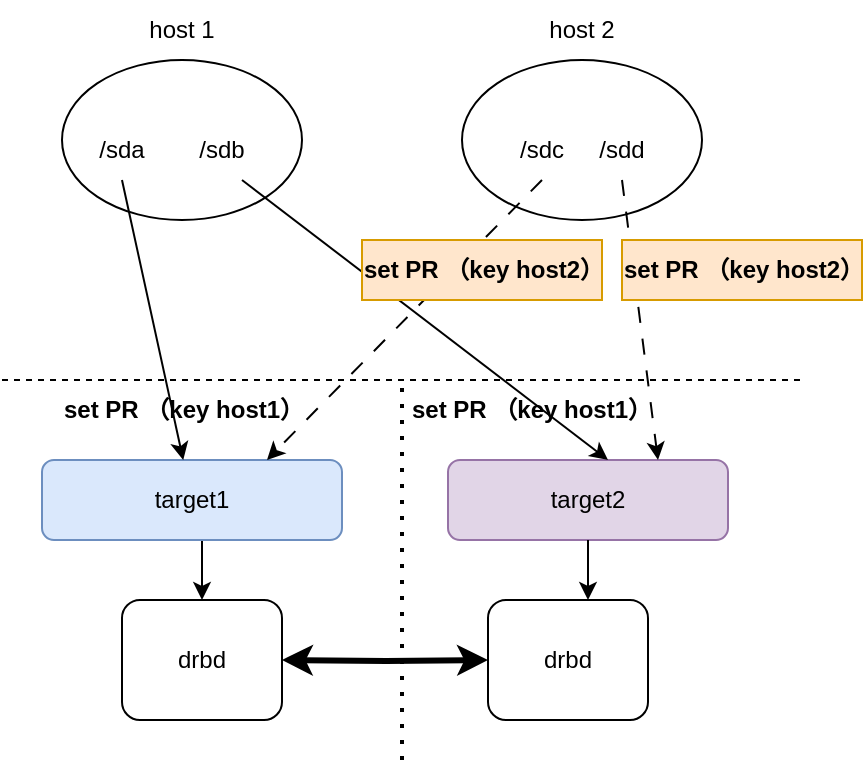
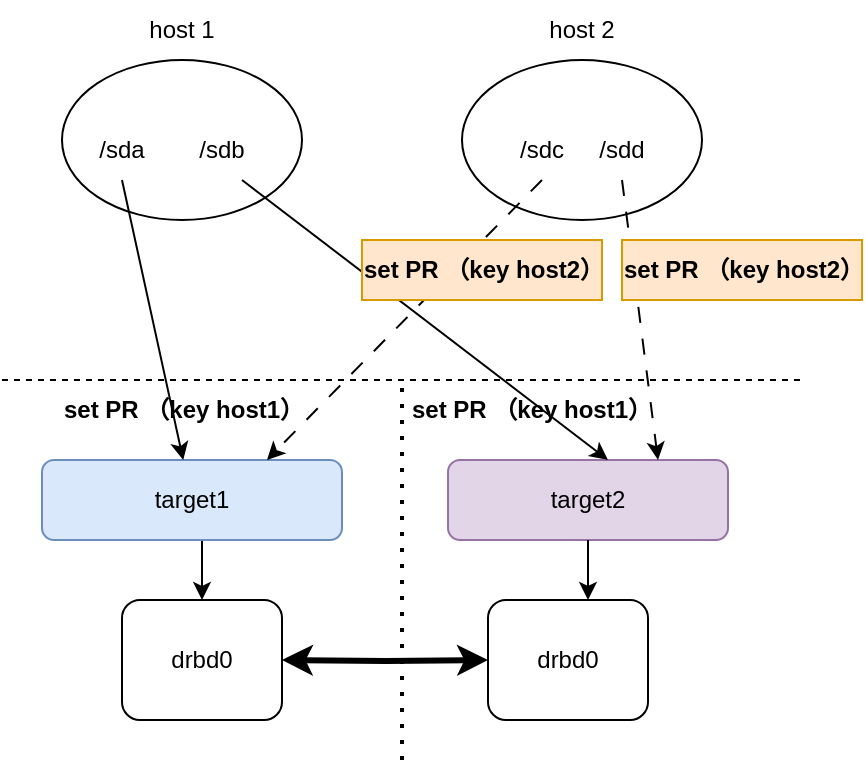
<mxfile host="app.diagrams.net">
  <diagram name="第 1 页" id="Ifx6KEgPPU0D2kjR70l6">
    <mxGraphModel dx="1021" dy="637" grid="1" gridSize="10" guides="0" tooltips="1" connect="1" arrows="1" fold="1" page="1" pageScale="1" pageWidth="827" pageHeight="1169" math="0" shadow="0">
      <root>
        <mxCell id="0" />
        <mxCell id="1" parent="0" />
        <mxCell id="BN7UGvUSFtl_CjC36wmj-23" edge="1" parent="1" source="BN7UGvUSFtl_CjC36wmj-1" style="edgeStyle=orthogonalEdgeStyle;rounded=0;orthogonalLoop=1;jettySize=auto;html=1;exitX=0.5;exitY=1;exitDx=0;exitDy=0;entryX=0.5;entryY=0;entryDx=0;entryDy=0;" target="BN7UGvUSFtl_CjC36wmj-17">
          <mxGeometry relative="1" as="geometry" />
        </mxCell>
        <mxCell id="BN7UGvUSFtl_CjC36wmj-1" parent="1" style="rounded=1;whiteSpace=wrap;html=1;fillColor=#dae8fc;strokeColor=#6c8ebf;" value="target1" vertex="1">
          <mxGeometry height="40" width="150" x="200" y="240" as="geometry" />
        </mxCell>
        <mxCell id="BN7UGvUSFtl_CjC36wmj-2" parent="1" style="rounded=1;whiteSpace=wrap;html=1;fillColor=#e1d5e7;strokeColor=#9673a6;" value="target2" vertex="1">
          <mxGeometry height="40" width="140" x="403" y="240" as="geometry" />
        </mxCell>
        <mxCell id="BN7UGvUSFtl_CjC36wmj-3" edge="1" parent="1" style="endArrow=none;dashed=1;html=1;rounded=0;" value="">
          <mxGeometry height="50" relative="1" width="50" as="geometry">
            <mxPoint x="180" y="200" as="sourcePoint" />
            <mxPoint x="580" y="200" as="targetPoint" />
          </mxGeometry>
        </mxCell>
        <mxCell id="BN7UGvUSFtl_CjC36wmj-4" parent="1" style="ellipse;whiteSpace=wrap;html=1;" value="" vertex="1">
          <mxGeometry height="80" width="120" x="210" y="40" as="geometry" />
        </mxCell>
        <mxCell id="BN7UGvUSFtl_CjC36wmj-5" parent="1" style="ellipse;whiteSpace=wrap;html=1;" value="" vertex="1">
          <mxGeometry height="80" width="120" x="410" y="40" as="geometry" />
        </mxCell>
        <mxCell id="BN7UGvUSFtl_CjC36wmj-7" edge="1" parent="1" source="jlSp_G2U_6gr9TUBWSZ1-6" style="endArrow=classic;html=1;rounded=0;exitX=0.5;exitY=1;exitDx=0;exitDy=0;" target="BN7UGvUSFtl_CjC36wmj-1" value="">
          <mxGeometry height="50" relative="1" width="50" as="geometry">
            <mxPoint x="390" y="360" as="sourcePoint" />
            <mxPoint x="440" y="310" as="targetPoint" />
          </mxGeometry>
        </mxCell>
        <mxCell id="BN7UGvUSFtl_CjC36wmj-8" edge="1" parent="1" style="endArrow=classic;html=1;rounded=0;entryX=0.5;entryY=0;entryDx=0;entryDy=0;exitX=0.5;exitY=1;exitDx=0;exitDy=0;" value="">
          <mxGeometry height="50" relative="1" width="50" as="geometry">
            <mxPoint x="300" y="100" as="sourcePoint" />
            <mxPoint x="483" y="240" as="targetPoint" />
          </mxGeometry>
        </mxCell>
        <mxCell id="BN7UGvUSFtl_CjC36wmj-12" edge="1" parent="1" style="edgeStyle=orthogonalEdgeStyle;rounded=0;orthogonalLoop=1;jettySize=auto;html=1;exitX=1;exitY=0.5;exitDx=0;exitDy=0;entryX=0;entryY=0.5;entryDx=0;entryDy=0;startArrow=classic;startFill=1;curved=0;strokeWidth=3;" target="BN7UGvUSFtl_CjC36wmj-20">
          <mxGeometry relative="1" as="geometry">
            <mxPoint x="320" y="340" as="sourcePoint" />
            <mxPoint x="410" y="340" as="targetPoint" />
          </mxGeometry>
        </mxCell>
        <mxCell id="BN7UGvUSFtl_CjC36wmj-14" parent="1" style="text;html=1;whiteSpace=wrap;strokeColor=none;fillColor=none;align=center;verticalAlign=middle;rounded=0;" value="&lt;b&gt;set PR （key host1）&lt;/b&gt;" vertex="1">
          <mxGeometry height="30" width="120" x="210" y="200" as="geometry" />
        </mxCell>
        <mxCell id="BN7UGvUSFtl_CjC36wmj-16" parent="1" style="text;html=1;whiteSpace=wrap;strokeColor=none;fillColor=none;align=center;verticalAlign=middle;rounded=0;" value="&lt;b&gt;set PR （key host1）&lt;/b&gt;" vertex="1">
          <mxGeometry height="30" width="130" x="380" y="200" as="geometry" />
        </mxCell>
-         <mxCell id="BN7UGvUSFtl_CjC36wmj-17" parent="1" style="rounded=1;whiteSpace=wrap;html=1;" value="drbd" vertex="1">
+         <mxCell id="BN7UGvUSFtl_CjC36wmj-17" parent="1" style="rounded=1;whiteSpace=wrap;html=1;" value="drbd0" vertex="1">
          <mxGeometry height="60" width="80" x="240" y="310" as="geometry" />
        </mxCell>
-         <mxCell id="BN7UGvUSFtl_CjC36wmj-20" parent="1" style="rounded=1;whiteSpace=wrap;html=1;" value="drbd" vertex="1">
+         <mxCell id="BN7UGvUSFtl_CjC36wmj-20" parent="1" style="rounded=1;whiteSpace=wrap;html=1;" value="drbd0" vertex="1">
          <mxGeometry height="60" width="80" x="423" y="310" as="geometry" />
        </mxCell>
        <mxCell id="BN7UGvUSFtl_CjC36wmj-21" edge="1" parent="1" style="endArrow=none;dashed=1;html=1;dashPattern=1 3;strokeWidth=2;rounded=0;" value="">
          <mxGeometry height="50" relative="1" width="50" as="geometry">
            <mxPoint x="380" y="390" as="sourcePoint" />
            <mxPoint x="380" y="200" as="targetPoint" />
          </mxGeometry>
        </mxCell>
        <mxCell id="BN7UGvUSFtl_CjC36wmj-24" edge="1" parent="1" source="BN7UGvUSFtl_CjC36wmj-2" style="edgeStyle=orthogonalEdgeStyle;rounded=0;orthogonalLoop=1;jettySize=auto;html=1;exitX=0.5;exitY=1;exitDx=0;exitDy=0;entryX=0.625;entryY=0;entryDx=0;entryDy=0;entryPerimeter=0;" target="BN7UGvUSFtl_CjC36wmj-20">
          <mxGeometry relative="1" as="geometry" />
        </mxCell>
        <mxCell id="jlSp_G2U_6gr9TUBWSZ1-2" edge="1" parent="1" source="jlSp_G2U_6gr9TUBWSZ1-7" style="endArrow=classic;html=1;rounded=0;exitX=0.5;exitY=1;exitDx=0;exitDy=0;entryX=0.75;entryY=0;entryDx=0;entryDy=0;dashed=1;dashPattern=8 8;" target="BN7UGvUSFtl_CjC36wmj-1" value="">
          <mxGeometry height="50" relative="1" width="50" as="geometry">
            <mxPoint x="390" y="360" as="sourcePoint" />
            <mxPoint x="440" y="310" as="targetPoint" />
          </mxGeometry>
        </mxCell>
        <mxCell id="jlSp_G2U_6gr9TUBWSZ1-3" edge="1" parent="1" source="jlSp_G2U_6gr9TUBWSZ1-11" style="endArrow=classic;html=1;rounded=0;exitX=0.5;exitY=1;exitDx=0;exitDy=0;entryX=0.75;entryY=0;entryDx=0;entryDy=0;dashed=1;dashPattern=8 8;" target="BN7UGvUSFtl_CjC36wmj-2" value="">
          <mxGeometry height="50" relative="1" width="50" as="geometry">
            <mxPoint x="577" y="150" as="sourcePoint" />
            <mxPoint x="420" y="270" as="targetPoint" />
          </mxGeometry>
        </mxCell>
        <mxCell id="jlSp_G2U_6gr9TUBWSZ1-4" parent="1" style="text;html=1;whiteSpace=wrap;strokeColor=#d79b00;fillColor=#ffe6cc;align=center;verticalAlign=middle;rounded=0;" value="&lt;b&gt;set PR （key host2）&lt;/b&gt;" vertex="1">
          <mxGeometry height="30" width="120" x="360" y="130" as="geometry" />
        </mxCell>
        <mxCell id="jlSp_G2U_6gr9TUBWSZ1-5" parent="1" style="text;html=1;whiteSpace=wrap;strokeColor=#d79b00;fillColor=#ffe6cc;align=center;verticalAlign=middle;rounded=0;" value="&lt;b&gt;set PR （key host2）&lt;/b&gt;" vertex="1">
          <mxGeometry height="30" width="120" x="490" y="130" as="geometry" />
        </mxCell>
        <mxCell id="jlSp_G2U_6gr9TUBWSZ1-6" parent="1" style="text;html=1;whiteSpace=wrap;strokeColor=none;fillColor=none;align=center;verticalAlign=middle;rounded=0;" value="/sda" vertex="1">
          <mxGeometry height="30" width="60" x="210" y="70" as="geometry" />
        </mxCell>
        <mxCell id="jlSp_G2U_6gr9TUBWSZ1-7" parent="1" style="text;html=1;whiteSpace=wrap;strokeColor=none;fillColor=none;align=center;verticalAlign=middle;rounded=0;" value="/sdc" vertex="1">
          <mxGeometry height="30" width="60" x="420" y="70" as="geometry" />
        </mxCell>
        <mxCell id="jlSp_G2U_6gr9TUBWSZ1-8" parent="1" style="text;html=1;whiteSpace=wrap;strokeColor=none;fillColor=none;align=center;verticalAlign=middle;rounded=0;" value="host 1" vertex="1">
          <mxGeometry height="30" width="60" x="240" y="10" as="geometry" />
        </mxCell>
        <mxCell id="jlSp_G2U_6gr9TUBWSZ1-9" parent="1" style="text;html=1;whiteSpace=wrap;strokeColor=none;fillColor=none;align=center;verticalAlign=middle;rounded=0;" value="host 2" vertex="1">
          <mxGeometry height="30" width="60" x="440" y="10" as="geometry" />
        </mxCell>
        <mxCell id="jlSp_G2U_6gr9TUBWSZ1-10" parent="1" style="text;html=1;whiteSpace=wrap;strokeColor=none;fillColor=none;align=center;verticalAlign=middle;rounded=0;" value="/sdb" vertex="1">
          <mxGeometry height="30" width="60" x="260" y="70" as="geometry" />
        </mxCell>
        <mxCell id="jlSp_G2U_6gr9TUBWSZ1-11" parent="1" style="text;html=1;whiteSpace=wrap;strokeColor=none;fillColor=none;align=center;verticalAlign=middle;rounded=0;" value="/sdd" vertex="1">
          <mxGeometry height="30" width="60" x="460" y="70" as="geometry" />
        </mxCell>
      </root>
    </mxGraphModel>
  </diagram>
</mxfile>
